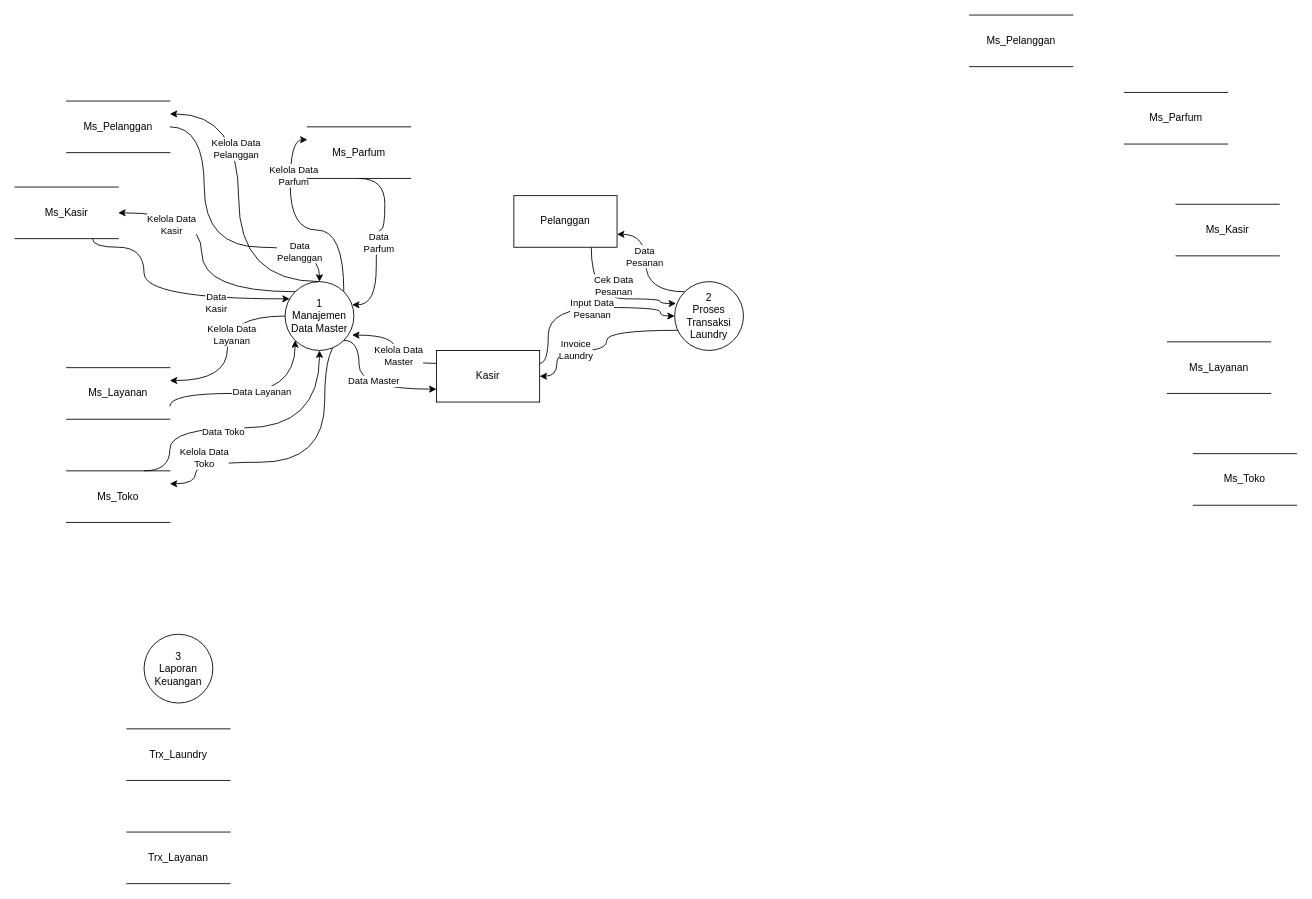
The draw.io diagram DFD1.drawio in xnoname2003/flowchart, before the edit. Source tidied: cells renumbered, new cells numbered last; positions are measured from the earlier drawing's top-left corner, leaving out a move shared by most shapes. Both pictures are drawn from the tidied source at 86%, with x=0, y=0 at pixel (15, 15).
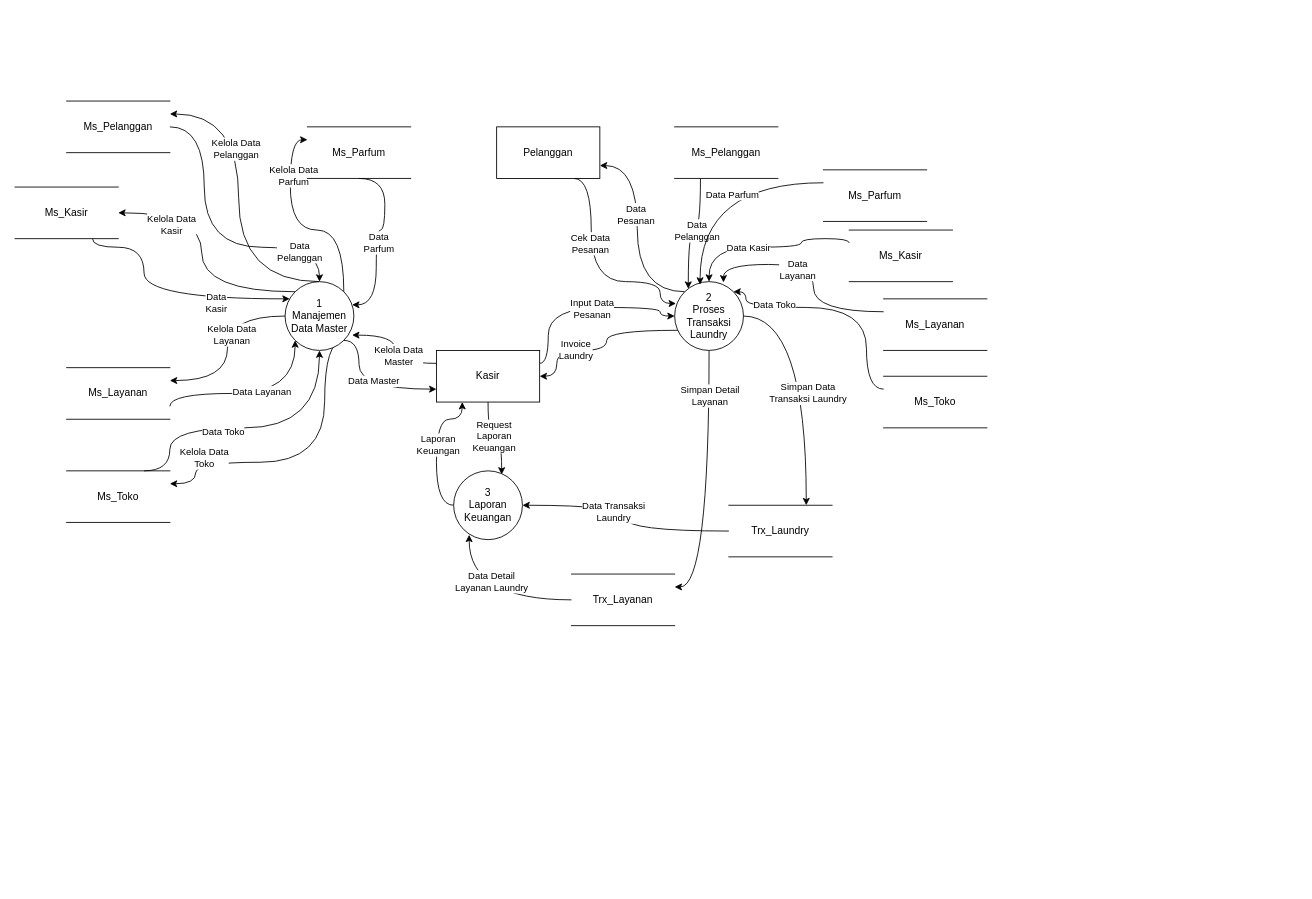
Above is the later version.

The change refers to these unchanged cells:
```xml
<mxCell id="18" value="Kasir" style="rounded=0;whiteSpace=wrap;html=1;" parent="1" vertex="1">
  <mxGeometry x="490" y="390" width="120" height="60" as="geometry" />
</mxCell>
<mxCell id="47" value="&lt;div&gt;2&lt;/div&gt;&lt;div&gt;Proses&lt;/div&gt;&lt;div&gt;Transaksi&lt;/div&gt;&lt;div&gt;Laundry&lt;/div&gt;" style="ellipse;whiteSpace=wrap;html=1;" parent="1" vertex="1">
  <mxGeometry x="767" y="310" width="80" height="80" as="geometry" />
</mxCell>
```

The edit, as a diff of the source:
```diff
@@
+    <mxCell id="51" style="edgeStyle=orthogonalEdgeStyle;shape=connector;curved=1;rounded=0;jettySize=auto;html=1;exitX=0;exitY=0.5;exitDx=0;exitDy=0;entryX=0.25;entryY=1;entryDx=0;entryDy=0;strokeColor=default;align=center;verticalAlign=middle;fontFamily=Helvetica;fontSize=11;fontColor=default;labelBackgroundColor=default;endArrow=classic;" parent="1" edge="1" source="15" target="18">
+      <mxGeometry relative="1" as="geometry">
+        <Array as="points">
+          <mxPoint x="490" y="570" />
+          <mxPoint x="490" y="470" />
+          <mxPoint x="520" y="470" />
+        </Array>
+      </mxGeometry>
+    </mxCell>
+    <mxCell id="52" value="Laporan&lt;div&gt;Keuangan&lt;/div&gt;" style="edgeLabel;html=1;align=center;verticalAlign=middle;fontFamily=Helvetica;fontSize=11;fontColor=default;labelBackgroundColor=default;" parent="51" vertex="1">
+      <mxGeometry x="0.07" y="-1" relative="1" as="geometry" />
+    </mxCell>
     <mxCell id="15" value="&lt;div&gt;3&lt;/div&gt;&lt;div&gt;Laporan&lt;/div&gt;&lt;div&gt;Keuangan&lt;/div&gt;" style="ellipse;whiteSpace=wrap;html=1;" parent="1" vertex="1">
-      <mxGeometry x="150" y="720" width="80" height="80" as="geometry" />
+      <mxGeometry x="510" y="530" width="80" height="80" as="geometry" />
     </mxCell>
@@
+    <mxCell id="53" style="edgeStyle=orthogonalEdgeStyle;shape=connector;curved=1;rounded=0;jettySize=auto;html=1;exitX=0;exitY=0.5;exitDx=0;exitDy=0;entryX=1;entryY=0.5;entryDx=0;entryDy=0;strokeColor=default;align=center;verticalAlign=middle;fontFamily=Helvetica;fontSize=11;fontColor=default;labelBackgroundColor=default;endArrow=classic;" parent="1" edge="1" source="32" target="15">
+      <mxGeometry relative="1" as="geometry" />
+    </mxCell>
+    <mxCell id="54" value="Data Transaksi&lt;div&gt;Laundry&lt;/div&gt;" style="edgeLabel;html=1;align=center;verticalAlign=middle;fontFamily=Helvetica;fontSize=11;fontColor=default;labelBackgroundColor=default;" parent="53" vertex="1">
+      <mxGeometry x="0.22" y="7" relative="1" as="geometry" />
+    </mxCell>
     <mxCell id="32" value="Trx_Laundry" style="shape=partialRectangle;whiteSpace=wrap;html=1;left=0;right=0;fillColor=none;" parent="1" vertex="1">
-      <mxGeometry x="130" y="830" width="120" height="60" as="geometry" />
+      <mxGeometry x="830" y="570" width="120" height="60" as="geometry" />
     </mxCell>
     <mxCell id="33" value="Trx_Layanan" style="shape=partialRectangle;whiteSpace=wrap;html=1;left=0;right=0;fillColor=none;" parent="1" vertex="1">
-      <mxGeometry x="130" y="950" width="120" height="60" as="geometry" />
+      <mxGeometry x="647" y="650" width="120" height="60" as="geometry" />
     </mxCell>
@@
+    <mxCell id="55" style="edgeStyle=orthogonalEdgeStyle;shape=connector;curved=1;rounded=0;jettySize=auto;html=1;exitX=0.25;exitY=1;exitDx=0;exitDy=0;entryX=0.198;entryY=0.103;entryDx=0;entryDy=0;strokeColor=default;align=center;verticalAlign=middle;fontFamily=Helvetica;fontSize=11;fontColor=default;labelBackgroundColor=default;endArrow=classic;entryPerimeter=0;" parent="1" edge="1" source="38" target="47">
+      <mxGeometry relative="1" as="geometry" />
+    </mxCell>
+    <mxCell id="56" value="Data&lt;div&gt;Pelanggan&lt;/div&gt;" style="edgeLabel;html=1;align=center;verticalAlign=middle;fontFamily=Helvetica;fontSize=11;fontColor=default;labelBackgroundColor=default;" parent="55" vertex="1">
+      <mxGeometry x="-0.09" relative="1" as="geometry" />
+    </mxCell>
     <mxCell id="38" value="Ms_Pelanggan" style="shape=partialRectangle;whiteSpace=wrap;html=1;left=0;right=0;fillColor=none;" parent="1" vertex="1">
-      <mxGeometry x="1110" width="120" height="60" as="geometry" />
+      <mxGeometry x="767" y="130" width="120" height="60" as="geometry" />
     </mxCell>
+    <mxCell id="57" style="edgeStyle=orthogonalEdgeStyle;shape=connector;curved=1;rounded=0;jettySize=auto;html=1;exitX=0;exitY=0.25;exitDx=0;exitDy=0;entryX=0.5;entryY=0;entryDx=0;entryDy=0;strokeColor=default;align=center;verticalAlign=middle;fontFamily=Helvetica;fontSize=11;fontColor=default;labelBackgroundColor=default;endArrow=classic;" parent="1" edge="1" source="39" target="47">
+      <mxGeometry relative="1" as="geometry">
+        <Array as="points">
+          <mxPoint x="970" y="260" />
+          <mxPoint x="914" y="260" />
+          <mxPoint x="914" y="270" />
+          <mxPoint x="807" y="270" />
+        </Array>
+      </mxGeometry>
+    </mxCell>
+    <mxCell id="58" value="Data Kasir" style="edgeLabel;html=1;align=center;verticalAlign=middle;fontFamily=Helvetica;fontSize=11;fontColor=default;labelBackgroundColor=default;" parent="57" vertex="1">
+      <mxGeometry x="0.22" relative="1" as="geometry" />
+    </mxCell>
     <mxCell id="39" value="Ms_Kasir" style="shape=partialRectangle;whiteSpace=wrap;html=1;left=0;right=0;fillColor=none;" parent="1" vertex="1">
-      <mxGeometry x="1350" y="220" width="120" height="60" as="geometry" />
+      <mxGeometry x="970" y="250" width="120" height="60" as="geometry" />
     </mxCell>
     <mxCell id="40" value="Ms_Layanan" style="shape=partialRectangle;whiteSpace=wrap;html=1;left=0;right=0;fillColor=none;" parent="1" vertex="1">
-      <mxGeometry x="1340" y="380" width="120" height="60" as="geometry" />
+      <mxGeometry x="1010" y="330" width="120" height="60" as="geometry" />
     </mxCell>
+    <mxCell id="59" style="edgeStyle=orthogonalEdgeStyle;shape=connector;curved=1;rounded=0;jettySize=auto;html=1;exitX=0;exitY=0.25;exitDx=0;exitDy=0;entryX=1;entryY=0;entryDx=0;entryDy=0;strokeColor=default;align=center;verticalAlign=middle;fontFamily=Helvetica;fontSize=11;fontColor=default;labelBackgroundColor=default;endArrow=classic;" parent="1" edge="1" source="41" target="47">
+      <mxGeometry relative="1" as="geometry">
+        <Array as="points">
+          <mxPoint x="990" y="435" />
+          <mxPoint x="990" y="340" />
+          <mxPoint x="850" y="340" />
+          <mxPoint x="850" y="322" />
+        </Array>
+      </mxGeometry>
+    </mxCell>
+    <mxCell id="60" value="Data Toko" style="edgeLabel;html=1;align=center;verticalAlign=middle;fontFamily=Helvetica;fontSize=11;fontColor=default;labelBackgroundColor=default;" parent="59" vertex="1">
+      <mxGeometry x="0.55" y="-4" relative="1" as="geometry" />
+    </mxCell>
     <mxCell id="41" value="Ms_Toko" style="shape=partialRectangle;whiteSpace=wrap;html=1;left=0;right=0;fillColor=none;" parent="1" vertex="1">
-      <mxGeometry x="1370" y="510" width="120" height="60" as="geometry" />
+      <mxGeometry x="1010" y="420" width="120" height="60" as="geometry" />
     </mxCell>
     <mxCell id="42" value="Ms_Parfum" style="shape=partialRectangle;whiteSpace=wrap;html=1;left=0;right=0;fillColor=none;" parent="1" vertex="1">
-      <mxGeometry x="1290" y="90" width="120" height="60" as="geometry" />
+      <mxGeometry x="940" y="180" width="120" height="60" as="geometry" />
     </mxCell>
@@
+    <mxCell id="61" style="edgeStyle=orthogonalEdgeStyle;shape=connector;curved=1;rounded=0;jettySize=auto;html=1;exitX=1;exitY=0.5;exitDx=0;exitDy=0;entryX=0.75;entryY=0;entryDx=0;entryDy=0;strokeColor=default;align=center;verticalAlign=middle;fontFamily=Helvetica;fontSize=11;fontColor=default;labelBackgroundColor=default;endArrow=classic;" parent="1" edge="1" source="47" target="32">
+      <mxGeometry relative="1" as="geometry" />
+    </mxCell>
+    <mxCell id="62" value="Simpan Data&lt;div&gt;Transaksi Laundry&lt;/div&gt;" style="edgeLabel;html=1;align=center;verticalAlign=middle;fontFamily=Helvetica;fontSize=11;fontColor=default;labelBackgroundColor=default;" parent="61" vertex="1">
+      <mxGeometry x="0.11" y="1" relative="1" as="geometry">
+        <mxPoint y="-1" as="offset" />
+      </mxGeometry>
+    </mxCell>
+    <mxCell id="63" style="edgeStyle=orthogonalEdgeStyle;shape=connector;curved=1;rounded=0;jettySize=auto;html=1;exitX=0.5;exitY=1;exitDx=0;exitDy=0;entryX=1;entryY=0.25;entryDx=0;entryDy=0;strokeColor=default;align=center;verticalAlign=middle;fontFamily=Helvetica;fontSize=11;fontColor=default;labelBackgroundColor=default;endArrow=classic;" parent="1" edge="1" source="47" target="33">
+      <mxGeometry relative="1" as="geometry" />
+    </mxCell>
+    <mxCell id="64" value="Simpan Detail&lt;div&gt;Layanan&lt;/div&gt;" style="edgeLabel;html=1;align=center;verticalAlign=middle;fontFamily=Helvetica;fontSize=11;fontColor=default;labelBackgroundColor=default;" parent="63" vertex="1">
+      <mxGeometry x="-0.67" relative="1" as="geometry" />
+    </mxCell>
@@
     <mxCell id="48" value="Pelanggan" style="rounded=0;whiteSpace=wrap;html=1;" parent="1" vertex="1">
-      <mxGeometry x="580" y="210" width="120" height="60" as="geometry" />
+      <mxGeometry x="560" y="130" width="120" height="60" as="geometry" />
     </mxCell>
     <mxCell id="49" style="edgeStyle=orthogonalEdgeStyle;shape=connector;curved=1;rounded=0;jettySize=auto;html=1;exitX=0.75;exitY=1;exitDx=0;exitDy=0;entryX=0.019;entryY=0.318;entryDx=0;entryDy=0;entryPerimeter=0;strokeColor=default;align=center;verticalAlign=middle;fontFamily=Helvetica;fontSize=11;fontColor=default;labelBackgroundColor=default;endArrow=classic;" parent="1" edge="1" source="48" target="47">
       <mxGeometry relative="1" as="geometry">
         <Array as="points">
-          <mxPoint x="670" y="330" />
-          <mxPoint x="750" y="330" />
+          <mxPoint x="670" y="190" />
+          <mxPoint x="670" y="310" />
+          <mxPoint x="750" y="310" />
           <mxPoint x="750" y="335" />
         </Array>
       </mxGeometry>
     </mxCell>
     <mxCell id="50" value="Cek Data&lt;br&gt;Pesanan" style="edgeLabel;html=1;align=center;verticalAlign=middle;fontFamily=Helvetica;fontSize=11;fontColor=default;labelBackgroundColor=default;" parent="49" vertex="1">
-      <mxGeometry x="0.04" y="16" relative="1" as="geometry" />
+      <mxGeometry x="-0.28" y="-2" relative="1" as="geometry" />
     </mxCell>
+    <mxCell id="65" style="edgeStyle=orthogonalEdgeStyle;shape=connector;curved=1;rounded=0;jettySize=auto;html=1;exitX=0;exitY=0.25;exitDx=0;exitDy=0;entryX=0.369;entryY=0.043;entryDx=0;entryDy=0;entryPerimeter=0;strokeColor=default;align=center;verticalAlign=middle;fontFamily=Helvetica;fontSize=11;fontColor=default;labelBackgroundColor=default;endArrow=classic;" parent="1" edge="1" source="42" target="47">
+      <mxGeometry relative="1" as="geometry" />
+    </mxCell>
+    <mxCell id="66" value="Data Parfum" style="edgeLabel;html=1;align=center;verticalAlign=middle;fontFamily=Helvetica;fontSize=11;fontColor=default;labelBackgroundColor=default;" parent="65" vertex="1">
+      <mxGeometry x="-0.18" y="13" relative="1" as="geometry" />
+    </mxCell>
+    <mxCell id="67" style="edgeStyle=orthogonalEdgeStyle;shape=connector;curved=1;rounded=0;jettySize=auto;html=1;exitX=0;exitY=0.25;exitDx=0;exitDy=0;entryX=0.709;entryY=0.011;entryDx=0;entryDy=0;entryPerimeter=0;strokeColor=default;align=center;verticalAlign=middle;fontFamily=Helvetica;fontSize=11;fontColor=default;labelBackgroundColor=default;endArrow=classic;" parent="1" edge="1" source="40" target="47">
+      <mxGeometry relative="1" as="geometry" />
+    </mxCell>
+    <mxCell id="68" value="Data&lt;div&gt;Layanan&lt;/div&gt;" style="edgeLabel;html=1;align=center;verticalAlign=middle;fontFamily=Helvetica;fontSize=11;fontColor=default;labelBackgroundColor=default;" parent="67" vertex="1">
+      <mxGeometry x="0.19" y="5" relative="1" as="geometry" />
+    </mxCell>
+    <mxCell id="69" style="edgeStyle=orthogonalEdgeStyle;shape=connector;curved=1;rounded=0;jettySize=auto;html=1;exitX=0.5;exitY=1;exitDx=0;exitDy=0;entryX=0.698;entryY=0.054;entryDx=0;entryDy=0;entryPerimeter=0;strokeColor=default;align=center;verticalAlign=middle;fontFamily=Helvetica;fontSize=11;fontColor=default;labelBackgroundColor=default;endArrow=classic;" parent="1" edge="1" source="18" target="15">
+      <mxGeometry relative="1" as="geometry" />
+    </mxCell>
+    <mxCell id="70" value="Request&lt;div&gt;Laporan&lt;/div&gt;&lt;div&gt;&lt;span style=&quot;color: light-dark(rgb(0, 0, 0), rgb(255, 255, 255));&quot;&gt;Keuangan&lt;/span&gt;&lt;/div&gt;" style="edgeLabel;html=1;align=center;verticalAlign=middle;fontFamily=Helvetica;fontSize=11;fontColor=default;labelBackgroundColor=default;" parent="69" vertex="1">
+      <mxGeometry x="-0.08" y="1" relative="1" as="geometry" />
+    </mxCell>
+    <mxCell id="71" style="edgeStyle=orthogonalEdgeStyle;shape=connector;curved=1;rounded=0;jettySize=auto;html=1;exitX=0;exitY=0.5;exitDx=0;exitDy=0;entryX=0.225;entryY=0.929;entryDx=0;entryDy=0;entryPerimeter=0;strokeColor=default;align=center;verticalAlign=middle;fontFamily=Helvetica;fontSize=11;fontColor=default;labelBackgroundColor=default;endArrow=classic;" parent="1" edge="1" source="33" target="15">
+      <mxGeometry relative="1" as="geometry" />
+    </mxCell>
+    <mxCell id="72" value="Data Detail&lt;div&gt;Layanan Laundry&lt;/div&gt;" style="edgeLabel;html=1;align=center;verticalAlign=middle;fontFamily=Helvetica;fontSize=11;fontColor=default;labelBackgroundColor=default;" parent="71" vertex="1">
+      <mxGeometry x="-0.03" y="-22" relative="1" as="geometry" />
+    </mxCell>
```
